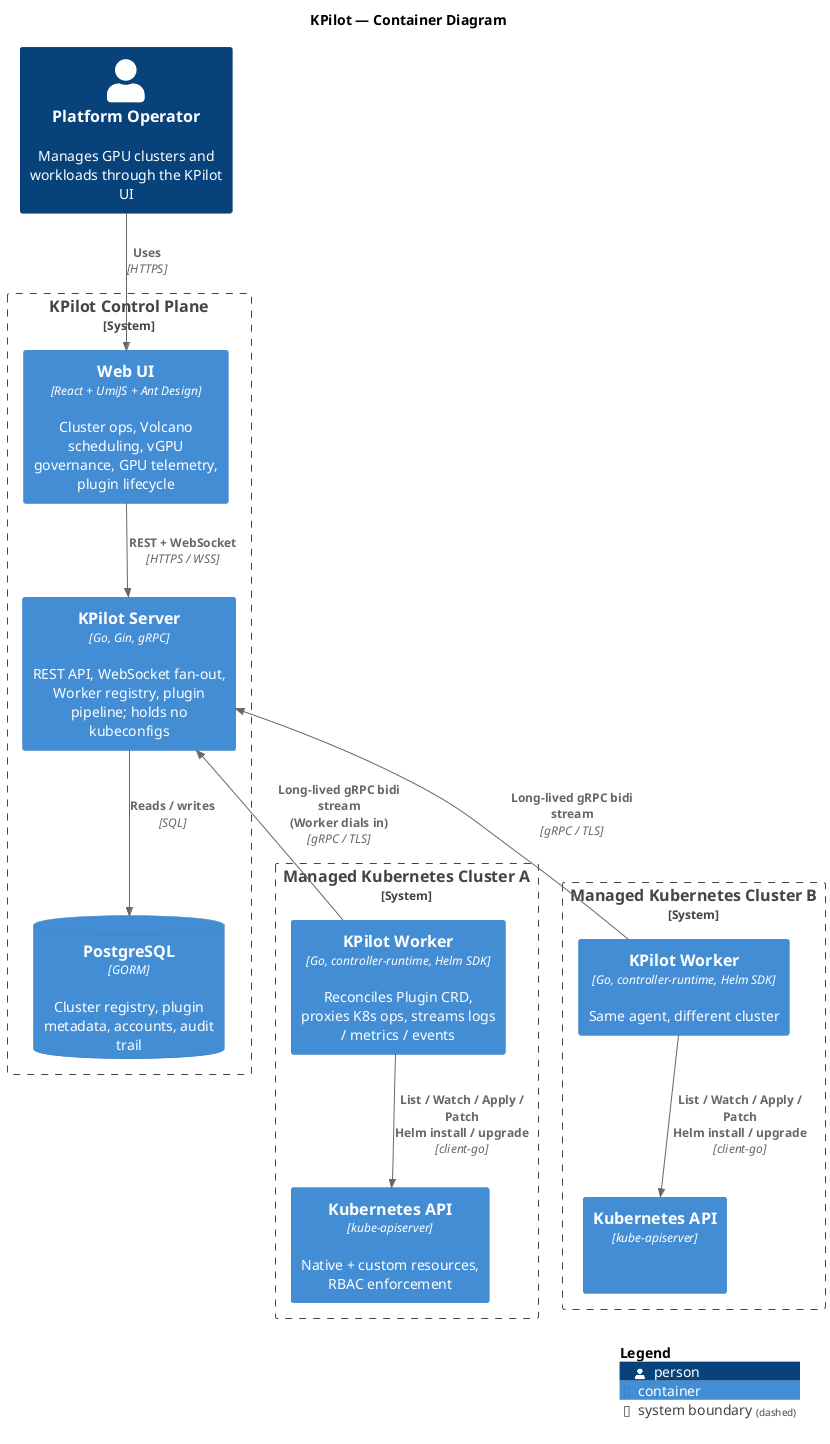
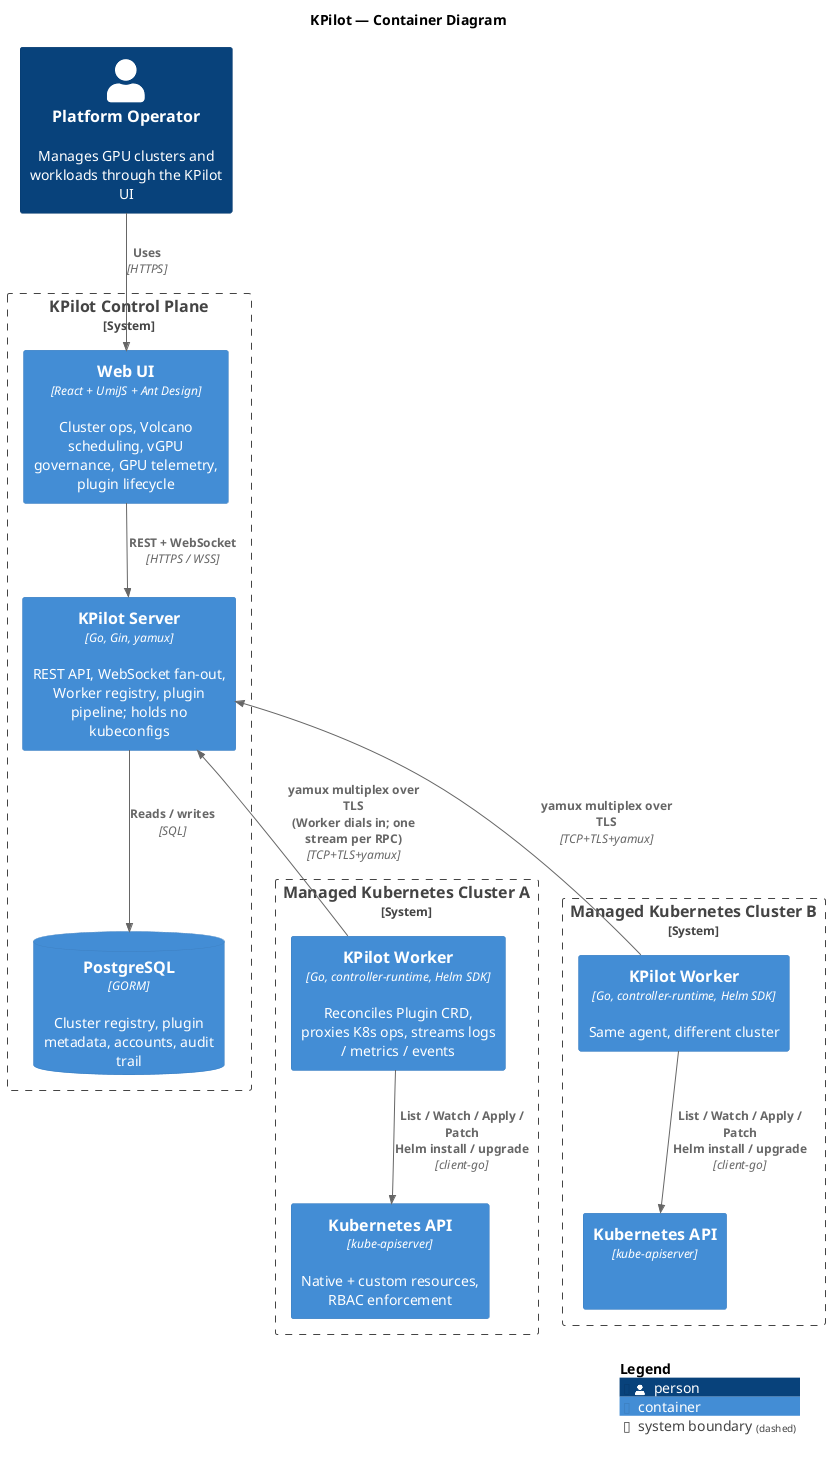
@startuml
!include <C4/C4_Container>

LAYOUT_WITH_LEGEND()
title KPilot — Container Diagram

Person(operator, "Platform Operator", "Manages GPU clusters and workloads through the KPilot UI")

System_Boundary(kpilot, "KPilot Control Plane") {
    Container(ui, "Web UI", "React + UmiJS + Ant Design", "Cluster ops, Volcano scheduling, vGPU governance, GPU telemetry, plugin lifecycle")
-     Container(server, "KPilot Server", "Go, Gin, gRPC", "REST API, WebSocket fan-out, Worker registry, plugin pipeline; holds no kubeconfigs")
+     Container(server, "KPilot Server", "Go, Gin, yamux", "REST API, WebSocket fan-out, Worker registry, plugin pipeline; holds no kubeconfigs")
    ContainerDb(db, "PostgreSQL", "GORM", "Cluster registry, plugin metadata, accounts, audit trail")
}

System_Boundary(cluster_a, "Managed Kubernetes Cluster A") {
    Container(worker_a, "KPilot Worker", "Go, controller-runtime, Helm SDK", "Reconciles Plugin CRD, proxies K8s ops, streams logs / metrics / events")
    Container(k8s_a, "Kubernetes API", "kube-apiserver", "Native + custom resources, RBAC enforcement")
}

System_Boundary(cluster_b, "Managed Kubernetes Cluster B") {
    Container(worker_b, "KPilot Worker", "Go, controller-runtime, Helm SDK", "Same agent, different cluster")
    Container(k8s_b, "Kubernetes API", "kube-apiserver", " ")
}

Rel(operator, ui, "Uses", "HTTPS")
Rel(ui, server, "REST + WebSocket", "HTTPS / WSS")
Rel(server, db, "Reads / writes", "SQL")

- Rel_U(worker_a, server, "Long-lived gRPC bidi stream\n(Worker dials in)", "gRPC / TLS")
- Rel_U(worker_b, server, "Long-lived gRPC bidi stream", "gRPC / TLS")
+ Rel_U(worker_a, server, "yamux multiplex over TLS\n(Worker dials in; one stream per RPC)", "TCP+TLS+yamux")
+ Rel_U(worker_b, server, "yamux multiplex over TLS", "TCP+TLS+yamux")

Rel(worker_a, k8s_a, "List / Watch / Apply / Patch\nHelm install / upgrade", "client-go")
Rel(worker_b, k8s_b, "List / Watch / Apply / Patch\nHelm install / upgrade", "client-go")

SHOW_LEGEND()
@enduml
